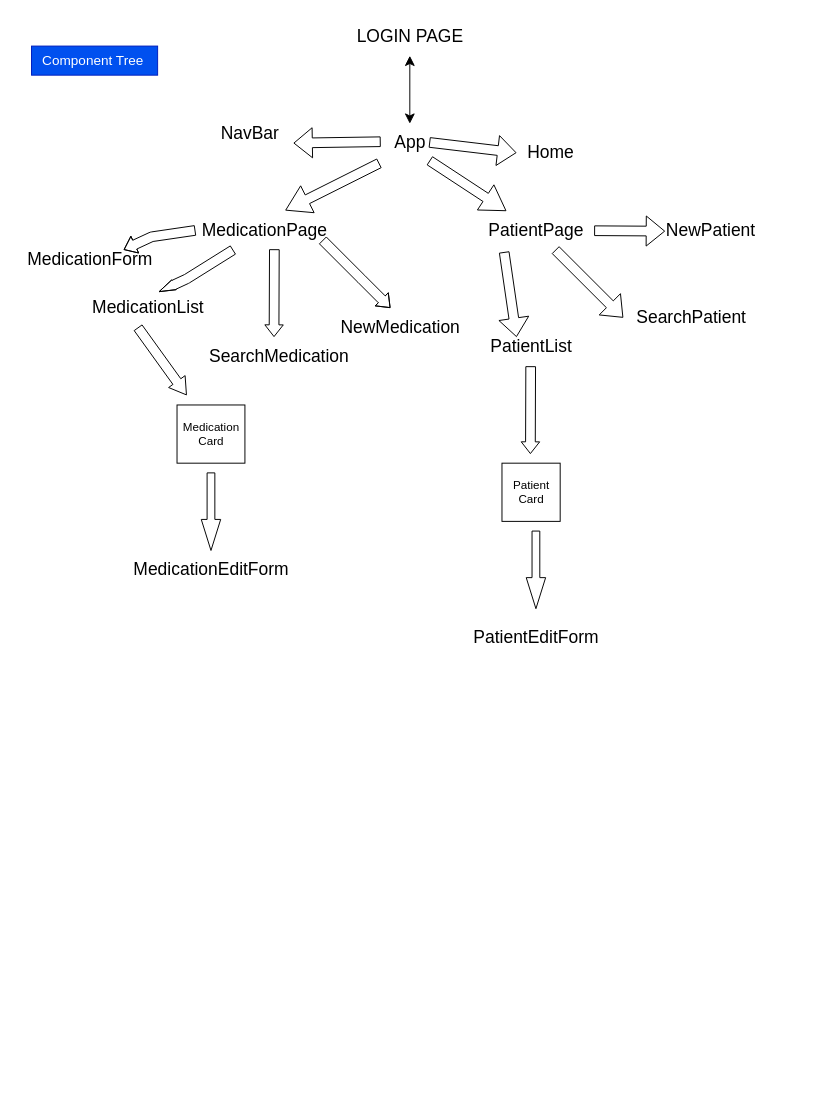
Above: .dio in minchulan/dailydose-client (draw.io), before the change. Source tidied: cells renumbered, new cells numbered last; positions are measured from the earlier drawing's top-left corner, leaving out a move shared by most shapes. Both pictures are drawn from the tidied source at 97%, with x=0, y=0 at pixel (16, 16).
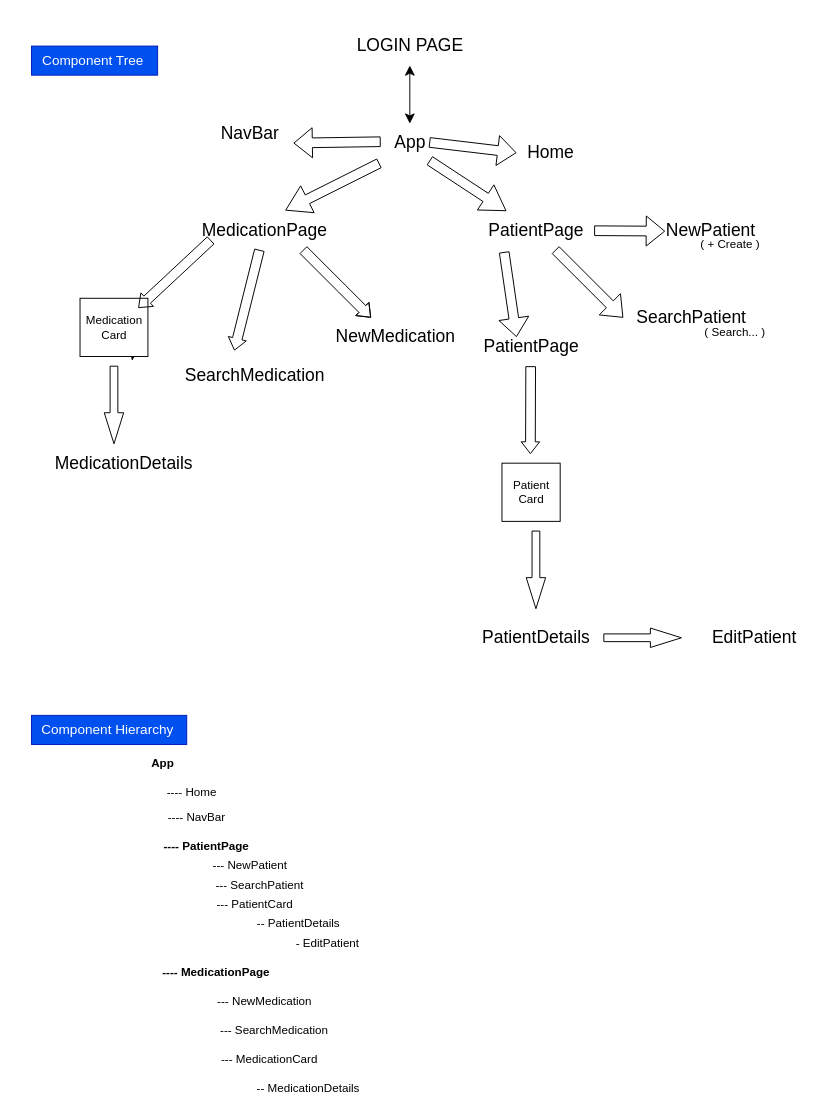
After the change.

Unchanged cells that the change refers to:
```xml
<mxCell id="3" value="&lt;font style=&quot;font-size: 18px;&quot;&gt;MedicationPage&lt;/font&gt;" style="text;html=1;align=center;verticalAlign=middle;points=[];strokeColor=none;fillColor=none;fontSize=14;" parent="1" vertex="1">
  <mxGeometry x="180" y="200" width="150" height="40" as="geometry" />
</mxCell>
```

Change to the diagram source:
```diff
@@
-    <mxCell id="8" value="&lt;font style=&quot;font-size: 18px;&quot;&gt;MedicationList&lt;/font&gt;" style="text;html=1;align=center;verticalAlign=middle;strokeColor=none;fillColor=none;fontSize=14;" parent="1" vertex="1">
-      <mxGeometry x="65" y="280" width="140" height="40" as="geometry" />
-    </mxCell>
     <mxCell id="9" value="&lt;font style=&quot;font-size: 18px;&quot;&gt;SearchMedication&lt;/font&gt;" style="text;html=1;align=center;verticalAlign=middle;points=[];strokeColor=none;fillColor=none;fontSize=14;" parent="1" vertex="1">
-      <mxGeometry x="185" y="330" width="170" height="40" as="geometry" />
+      <mxGeometry x="160" y="350" width="170" height="40" as="geometry" />
     </mxCell>
@@
-    <mxCell id="15" style="edgeStyle=none;jettySize=auto;html=1;fontSize=18;shape=flexArrow;endWidth=8;endSize=3.7;exitX=0.569;exitY=0.985;exitDx=0;exitDy=0;exitPerimeter=0;" parent="1" edge="1" source="3">
-      <mxGeometry relative="1" as="geometry">
-        <mxPoint x="265" y="330" as="targetPoint" />
-      </mxGeometry>
-    </mxCell>
     <mxCell id="16" value="&lt;font style=&quot;font-size: 18px;&quot;&gt;NewMedication&lt;br&gt;&lt;/font&gt;" style="text;html=1;align=center;verticalAlign=middle;strokeColor=none;fillColor=none;fontSize=14;" parent="1" vertex="1">
-      <mxGeometry x="320" y="300" width="150" height="40" as="geometry" />
+      <mxGeometry x="315" y="310" width="150" height="40" as="geometry" />
     </mxCell>
     <mxCell id="17" style="edgeStyle=none;orthogonalLoop=1;jettySize=auto;html=1;fontSize=18;shape=flexArrow;endWidth=8;endSize=3.7;" parent="1" edge="1">
       <mxGeometry relative="1" as="geometry">
-        <mxPoint x="315" y="230" as="sourcePoint" />
-        <mxPoint x="385" y="300" as="targetPoint" />
+        <mxPoint x="295" y="240" as="sourcePoint" />
+        <mxPoint x="365" y="310" as="targetPoint" />
         <Array as="points">
-          <mxPoint x="355" y="270" />
+          <mxPoint x="335" y="280" />
         </Array>
       </mxGeometry>
     </mxCell>
@@
-    <mxCell id="22" value="&lt;font style=&quot;font-size: 18px;&quot;&gt;PatientList&lt;/font&gt;" style="text;html=1;align=center;verticalAlign=middle;strokeColor=none;fillColor=none;fontSize=14;" parent="1" vertex="1">
-      <mxGeometry x="475" y="320" width="110" height="40" as="geometry" />
+    <mxCell id="22" value="&lt;font style=&quot;font-size: 18px;&quot;&gt;PatientPage&lt;/font&gt;" style="text;html=1;align=center;verticalAlign=middle;strokeColor=none;fillColor=none;fontSize=14;" parent="1" vertex="1">
+      <mxGeometry x="470" y="320" width="120" height="40" as="geometry" />
     </mxCell>
     <mxCell id="23" value="&lt;font style=&quot;font-size: 18px;&quot;&gt;LOGIN PAGE&lt;/font&gt;" style="text;html=1;align=center;verticalAlign=middle;points=[];strokeColor=none;fillColor=none;fontSize=14;" parent="1" vertex="1">
-      <mxGeometry x="340" width="130" height="40" as="geometry" />
+      <mxGeometry x="340" y="10" width="130" height="40" as="geometry" />
     </mxCell>
-    <mxCell id="24" style="edgeStyle=none;orthogonalLoop=1;jettySize=auto;html=1;fontSize=18;shape=flexArrow;endWidth=10;endSize=5.300000000000001;exitX=0.569;exitY=0.985;exitDx=0;exitDy=0;exitPerimeter=0;" parent="1" edge="1">
-      <mxGeometry relative="1" as="geometry">
-        <mxPoint x="124.6" y="320" as="sourcePoint" />
-        <mxPoint x="175" y="390" as="targetPoint" />
-      </mxGeometry>
-    </mxCell>
+    <mxCell id="38" style="edgeStyle=none;html=1;exitX=0.75;exitY=1;exitDx=0;exitDy=0;entryX=0.791;entryY=1.144;entryDx=0;entryDy=0;entryPerimeter=0;" parent="1" edge="1" source="25" target="26">
+      <mxGeometry relative="1" as="geometry" />
+    </mxCell>
     <mxCell id="25" style="whiteSpace=wrap;html=1;" parent="1" vertex="1">
-      <mxGeometry x="165" y="400" width="70" height="60" as="geometry" />
+      <mxGeometry x="65" y="290" width="70" height="60" as="geometry" />
     </mxCell>
     <mxCell id="26" value="Medication&lt;br&gt;Card" style="text;html=1;align=center;verticalAlign=middle;points=[];strokeColor=none;fillColor=none;" parent="1" vertex="1">
-      <mxGeometry x="160" y="410" width="80" height="40" as="geometry" />
+      <mxGeometry x="60" y="300" width="80" height="40" as="geometry" />
     </mxCell>
@@
-    <mxCell id="30" value="&lt;font style=&quot;font-size: 18px;&quot;&gt;MedicationEditForm&lt;/font&gt;" style="text;html=1;align=center;verticalAlign=middle;strokeColor=none;fillColor=none;" parent="1" vertex="1">
-      <mxGeometry x="110" y="550" width="180" height="40" as="geometry" />
-    </mxCell>
-    <mxCell id="31" value="&lt;font style=&quot;font-size: 18px;&quot;&gt;PatientEditForm&lt;/font&gt;" style="text;html=1;align=center;verticalAlign=middle;strokeColor=none;fillColor=none;fontSize=14;" parent="1" vertex="1">
-      <mxGeometry x="460" y="620" width="150" height="40" as="geometry" />
+    <mxCell id="31" value="&lt;font style=&quot;font-size: 18px;&quot;&gt;PatientDetails&lt;/font&gt;" style="text;html=1;align=center;verticalAlign=middle;strokeColor=none;fillColor=none;fontSize=14;" parent="1" vertex="1">
+      <mxGeometry x="470" y="620" width="130" height="40" as="geometry" />
     </mxCell>
@@
     <mxCell id="33" style="shape=singleArrow;whiteSpace=wrap;html=1;arrowWidth=0.4;arrowSize=0.4;fontSize=18;rotation=90;" parent="1" vertex="1">
-      <mxGeometry x="160" y="500" width="80" height="20" as="geometry" />
+      <mxGeometry x="60" y="390" width="80" height="20" as="geometry" />
     </mxCell>
@@
-    <mxCell id="35" style="edgeStyle=none;jettySize=auto;html=1;fontSize=18;shape=flexArrow;entryX=0.508;entryY=-0.165;entryDx=0;entryDy=0;entryPerimeter=0;endWidth=0;endSize=5.26;" parent="1" edge="1" source="3">
-      <mxGeometry relative="1" as="geometry">
-        <mxPoint x="146.1" y="283.4" as="targetPoint" />
-        <Array as="points">
-          <mxPoint x="175" y="270" />
-        </Array>
-      </mxGeometry>
-    </mxCell>
-    <mxCell id="36" style="edgeStyle=none;orthogonalLoop=1;jettySize=auto;html=1;fontSize=18;shape=flexArrow;entryX=0.508;entryY=-0.165;entryDx=0;entryDy=0;entryPerimeter=0;endWidth=8;endSize=3.7;" parent="1" edge="1">
-      <mxGeometry relative="1" as="geometry">
-        <mxPoint x="184" y="220" as="sourcePoint" />
-        <mxPoint x="110" y="240" as="targetPoint" />
-        <Array as="points">
-          <mxPoint x="138.9" y="226.6" />
-        </Array>
-      </mxGeometry>
-    </mxCell>
-    <mxCell id="37" value="&lt;font style=&quot;font-size: 18px;&quot;&gt;MedicationForm&lt;/font&gt;" style="text;html=1;align=center;verticalAlign=middle;strokeColor=none;fillColor=none;fontSize=14;" parent="1" vertex="1">
-      <mxGeometry y="230" width="150" height="40" as="geometry" />
-    </mxCell>
+    <mxCell id="39" value="( + Create )" style="text;html=1;align=center;verticalAlign=middle;strokeColor=none;fillColor=none;" parent="1" vertex="1">
+      <mxGeometry x="695" y="220" width="80" height="30" as="geometry" />
+    </mxCell>
+    <mxCell id="40" value="( Search... )" style="text;html=1;align=center;verticalAlign=middle;strokeColor=none;fillColor=none;" parent="1" vertex="1">
+      <mxGeometry x="695" y="310" width="90" height="30" as="geometry" />
+    </mxCell>
+    <mxCell id="41" style="shape=singleArrow;whiteSpace=wrap;html=1;arrowWidth=0.4;arrowSize=0.4;fontSize=18;rotation=0;" parent="1" vertex="1">
+      <mxGeometry x="605" y="630" width="80" height="20" as="geometry" />
+    </mxCell>
+    <mxCell id="42" value="&lt;font style=&quot;font-size: 18px;&quot;&gt;EditPatient&lt;/font&gt;" style="text;html=1;align=center;verticalAlign=middle;strokeColor=none;fillColor=none;fontSize=14;" parent="1" vertex="1">
+      <mxGeometry x="705" y="620" width="110" height="40" as="geometry" />
+    </mxCell>
+    <mxCell id="43" style="edgeStyle=none;jettySize=auto;html=1;fontSize=18;shape=flexArrow;endWidth=8;endSize=3.7;entryX=0.377;entryY=-0.152;entryDx=0;entryDy=0;entryPerimeter=0;" parent="1" edge="1" source="3" target="9">
+      <mxGeometry relative="1" as="geometry" />
+    </mxCell>
+    <mxCell id="44" style="edgeStyle=none;orthogonalLoop=1;jettySize=auto;html=1;fontSize=18;shape=flexArrow;endWidth=8;endSize=3.7;" parent="1" edge="1">
+      <mxGeometry relative="1" as="geometry">
+        <mxPoint x="200" y="230" as="sourcePoint" />
+        <mxPoint x="125" y="300" as="targetPoint" />
+      </mxGeometry>
+    </mxCell>
+    <mxCell id="45" value="&lt;font style=&quot;font-size: 18px;&quot;&gt;MedicationDetails&lt;/font&gt;" style="text;html=1;align=center;verticalAlign=middle;strokeColor=none;fillColor=none;fontSize=14;" parent="1" vertex="1">
+      <mxGeometry x="25" y="440" width="170" height="40" as="geometry" />
+    </mxCell>
+    <mxCell id="46" value="&lt;b&gt;App&lt;/b&gt;" style="text;html=1;align=center;verticalAlign=middle;strokeColor=none;fillColor=none;" parent="1" vertex="1">
+      <mxGeometry x="125" y="755" width="50" height="30" as="geometry" />
+    </mxCell>
+    <mxCell id="47" value="---- Home" style="text;html=1;align=center;verticalAlign=middle;strokeColor=none;fillColor=none;" parent="1" vertex="1">
+      <mxGeometry x="145" y="785" width="70" height="30" as="geometry" />
+    </mxCell>
+    <mxCell id="48" value="---- NavBar" style="text;html=1;align=center;verticalAlign=middle;strokeColor=none;fillColor=none;" parent="1" vertex="1">
+      <mxGeometry x="145" y="810" width="80" height="30" as="geometry" />
+    </mxCell>
+    <mxCell id="49" value="&lt;b&gt;---- PatientPage&lt;/b&gt;" style="text;html=1;align=center;verticalAlign=middle;strokeColor=none;fillColor=none;" parent="1" vertex="1">
+      <mxGeometry x="140" y="840" width="110" height="30" as="geometry" />
+    </mxCell>
+    <mxCell id="50" value="&lt;b&gt;---- MedicationPage&lt;/b&gt;" style="text;html=1;align=center;verticalAlign=middle;strokeColor=none;fillColor=none;" parent="1" vertex="1">
+      <mxGeometry x="140" y="970" width="130" height="30" as="geometry" />
+    </mxCell>
+    <mxCell id="51" value="--- PatientCard" style="text;html=1;align=center;verticalAlign=middle;strokeColor=none;fillColor=none;" parent="1" vertex="1">
+      <mxGeometry x="195" y="900" width="100" height="30" as="geometry" />
+    </mxCell>
+    <mxCell id="52" value="--- NewPatient" style="text;html=1;align=center;verticalAlign=middle;strokeColor=none;fillColor=none;" parent="1" vertex="1">
+      <mxGeometry x="190" y="860" width="100" height="30" as="geometry" />
+    </mxCell>
+    <mxCell id="53" value="--- SearchPatient" style="text;html=1;align=center;verticalAlign=middle;strokeColor=none;fillColor=none;" parent="1" vertex="1">
+      <mxGeometry x="195" y="880" width="110" height="30" as="geometry" />
+    </mxCell>
+    <mxCell id="54" value="-- PatientDetails" style="text;html=1;align=center;verticalAlign=middle;strokeColor=none;fillColor=none;" parent="1" vertex="1">
+      <mxGeometry x="235" y="920" width="110" height="30" as="geometry" />
+    </mxCell>
+    <mxCell id="55" value="- EditPatient" style="text;html=1;align=center;verticalAlign=middle;strokeColor=none;fillColor=none;" parent="1" vertex="1">
+      <mxGeometry x="275" y="940" width="90" height="30" as="geometry" />
+    </mxCell>
+    <mxCell id="56" value="--- NewMedication" style="text;html=1;align=center;verticalAlign=middle;strokeColor=none;fillColor=none;" parent="1" vertex="1">
+      <mxGeometry x="195" y="1000" width="120" height="30" as="geometry" />
+    </mxCell>
+    <mxCell id="57" value="--- SearchMedication" style="text;html=1;align=center;verticalAlign=middle;strokeColor=none;fillColor=none;" parent="1" vertex="1">
+      <mxGeometry x="200" y="1030" width="130" height="30" as="geometry" />
+    </mxCell>
+    <mxCell id="58" value="--- MedicationCard" style="text;html=1;align=center;verticalAlign=middle;strokeColor=none;fillColor=none;" parent="1" vertex="1">
+      <mxGeometry x="200" y="1060" width="120" height="30" as="geometry" />
+    </mxCell>
+    <mxCell id="59" value="-- MedicationDetails" style="text;html=1;align=center;verticalAlign=middle;strokeColor=none;fillColor=none;" parent="1" vertex="1">
+      <mxGeometry x="235" y="1090" width="130" height="30" as="geometry" />
+    </mxCell>
+    <mxCell id="60" value="&lt;font style=&quot;font-size: 14px;&quot;&gt;Component Hierarchy&amp;nbsp;&lt;/font&gt;" style="text;html=1;align=center;verticalAlign=middle;strokeColor=#001DBC;fillColor=#0050ef;fontSize=8;fontColor=#ffffff;" parent="1" vertex="1">
+      <mxGeometry x="15" y="720" width="160" height="30" as="geometry" />
+    </mxCell>
```
